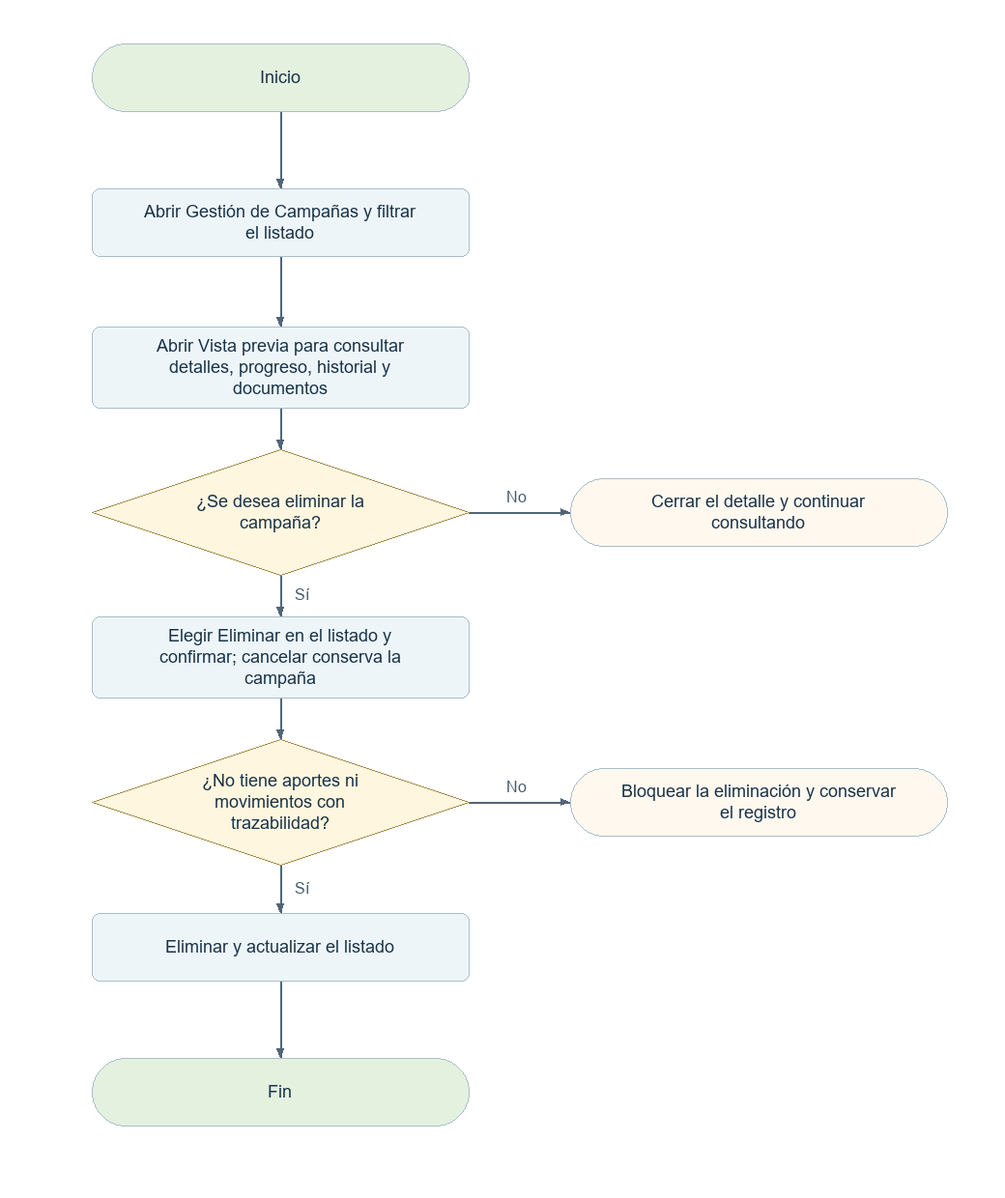
The Mermaid diagram docs/diagramas-web/png/A06.png in elingeyesdev/t3-crowdfunding-inversion, before a commit. Its source is kept beside it as docs/diagramas-web/mermaid/A06.mmd.
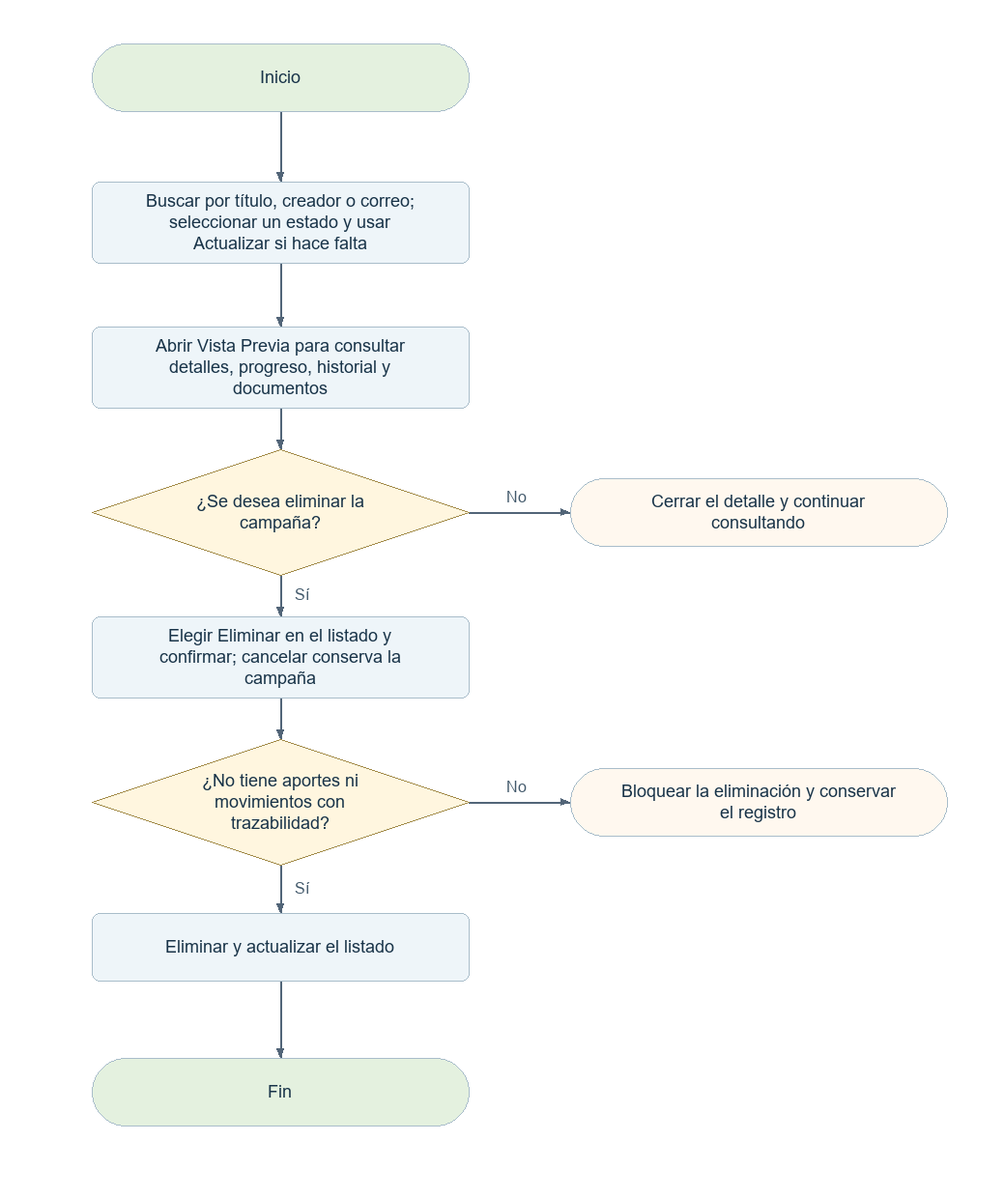
Later version of the same file.

The edit, as a diff of the source:
```diff
@@ -1,9 +1,9 @@
 flowchart TD
   N0(["Inicio"])
   N0 --> N1
-  N1["Abrir Gestión de Campañas y filtrar el listado"]
+  N1["Buscar por título, creador o correo; seleccionar un estado y usar Actualizar si hace falta"]
   N1 --> N2
-  N2["Abrir Vista previa para consultar detalles, progreso, historial y documentos"]
+  N2["Abrir Vista Previa para consultar detalles, progreso, historial y documentos"]
   N2 --> N3
   N3{"¿Se desea eliminar la campaña?"}
   N3 -->|"Sí"| N4
```
